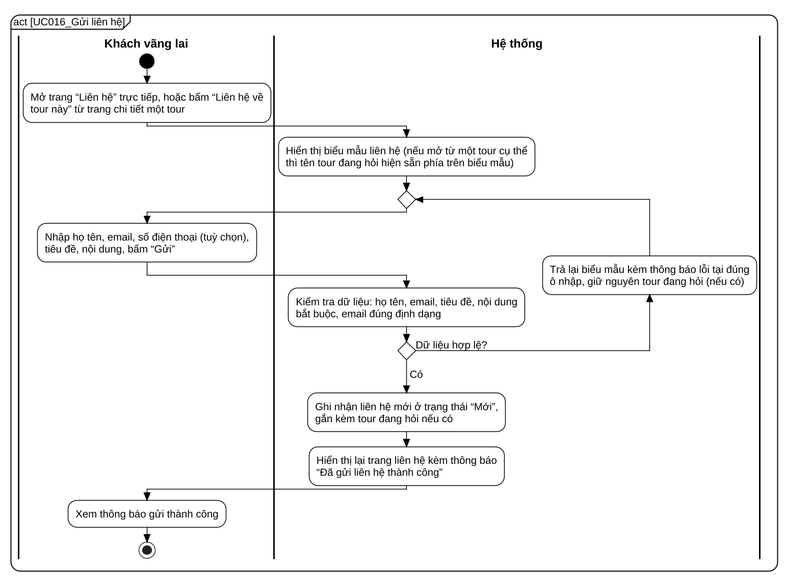
Above: docs/report/diagrams/png/UC016_activity.png in kanele05/project_www (PlantUML), before the change. The source it was exported from:
```plantuml
@startuml UC016_activity
skinparam dpi 140
skinparam defaultFontName "Liberation Sans"
skinparam defaultFontSize 14
skinparam backgroundColor white
skinparam shadowing false
skinparam RoundCorner 24
skinparam ArrowColor black
skinparam ArrowThickness 1.1
skinparam ConditionStyle diamond
skinparam ConditionEndStyle diamond
skinparam style strictuml
skinparam activity {
  BackgroundColor white
  BorderColor black
  BorderThickness 1
  DiamondBackgroundColor white
  DiamondBorderColor black
  StartColor black
  EndColor black
}
skinparam swimlane {
  BorderColor black
  BorderThickness 2
  TitleFontStyle bold
  TitleFontSize 16
}
skinparam wrapWidth 600
mainframe act [UC016_Gửi liên hệ]
|Khách vãng lai|
start
:Mở trang “Liên hệ” trực tiếp, hoặc bấm “Liên hệ về\ntour này” từ trang chi tiết một tour;
|Hệ thống|
:Hiển thị biểu mẫu liên hệ (nếu mở từ một tour cụ thể\nthì tên tour đang hỏi hiện sẵn phía trên biểu mẫu);
repeat
  |Khách vãng lai|
  :Nhập họ tên, email, số điện thoại (tuỳ chọn),\ntiêu đề, nội dung, bấm “Gửi”;
  |Hệ thống|
  :Kiểm tra dữ liệu: họ tên, email, tiêu đề, nội dung\nbắt buộc, email đúng định dạng;
  backward :Trả lại biểu mẫu kèm thông báo lỗi tại đúng\nô nhập, giữ nguyên tour đang hỏi (nếu có);
repeat while (Dữ liệu hợp lệ?) is (Không)
->Có;
:Ghi nhận liên hệ mới ở trạng thái “Mới”,\ngắn kèm tour đang hỏi nếu có;
:Hiển thị lại trang liên hệ kèm thông báo\n“Đã gửi liên hệ thành công”;
|Khách vãng lai|
:Xem thông báo gửi thành công;
stop
@enduml
```
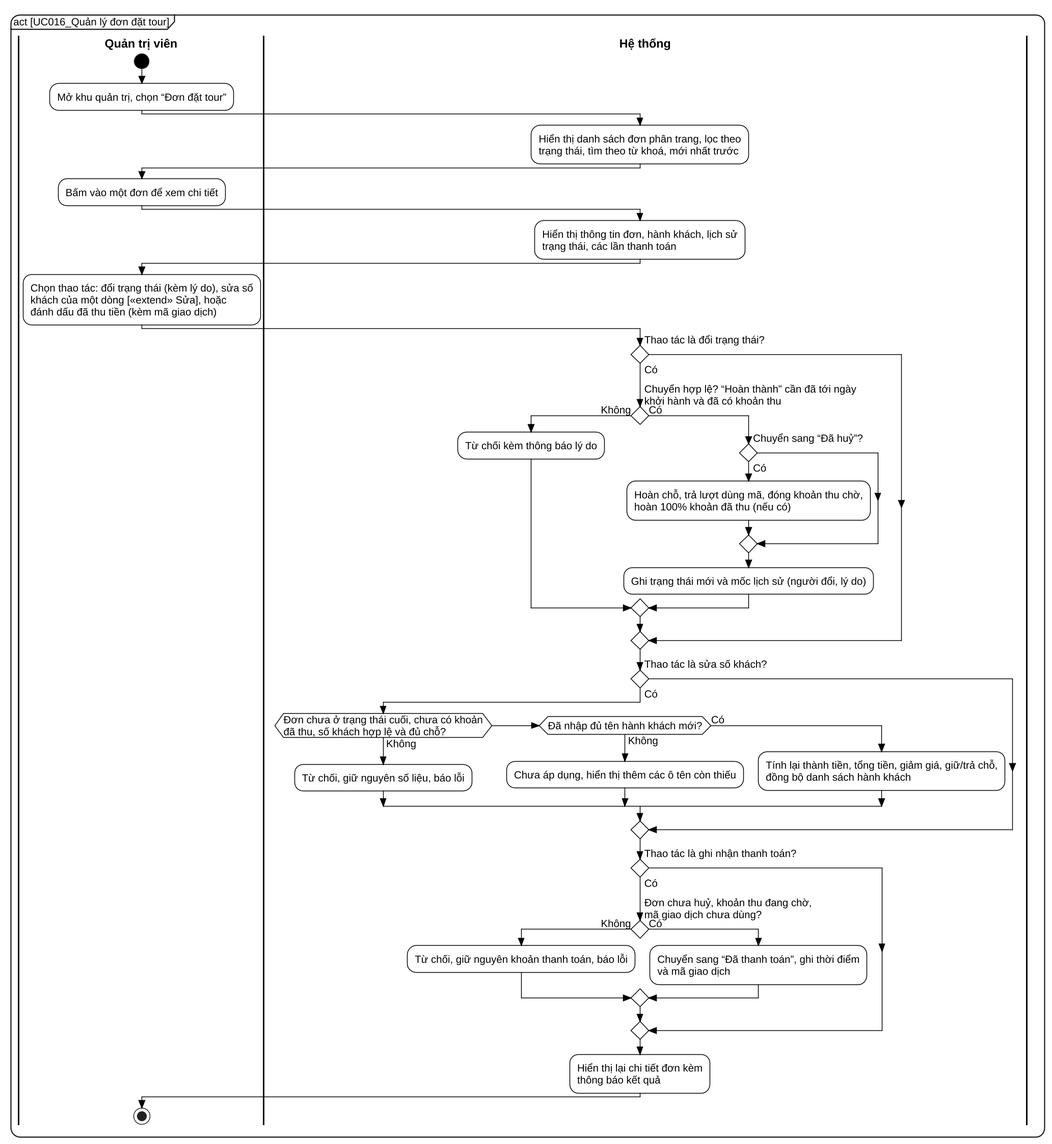
Later version of the same file.

Diff of the diagram source:
```diff
@@ -26,23 +26,57 @@
   TitleFontSize 16
 }
 skinparam wrapWidth 600
-mainframe act [UC016_Gửi liên hệ]
-|Khách vãng lai|
+mainframe act [UC016_Quản lý đơn đặt tour]
+|Quản trị viên|
 start
-:Mở trang “Liên hệ” trực tiếp, hoặc bấm “Liên hệ về\ntour này” từ trang chi tiết một tour;
+:Mở khu quản trị, chọn “Đơn đặt tour”;
 |Hệ thống|
-:Hiển thị biểu mẫu liên hệ (nếu mở từ một tour cụ thể\nthì tên tour đang hỏi hiện sẵn phía trên biểu mẫu);
-repeat
-  |Khách vãng lai|
-  :Nhập họ tên, email, số điện thoại (tuỳ chọn),\ntiêu đề, nội dung, bấm “Gửi”;
-  |Hệ thống|
-  :Kiểm tra dữ liệu: họ tên, email, tiêu đề, nội dung\nbắt buộc, email đúng định dạng;
-  backward :Trả lại biểu mẫu kèm thông báo lỗi tại đúng\nô nhập, giữ nguyên tour đang hỏi (nếu có);
-repeat while (Dữ liệu hợp lệ?) is (Không)
-->Có;
-:Ghi nhận liên hệ mới ở trạng thái “Mới”,\ngắn kèm tour đang hỏi nếu có;
-:Hiển thị lại trang liên hệ kèm thông báo\n“Đã gửi liên hệ thành công”;
-|Khách vãng lai|
-:Xem thông báo gửi thành công;
+:Hiển thị danh sách đơn phân trang, lọc theo
+trạng thái, tìm theo từ khoá, mới nhất trước;
+|Quản trị viên|
+:Bấm vào một đơn để xem chi tiết;
+|Hệ thống|
+:Hiển thị thông tin đơn, hành khách, lịch sử
+trạng thái, các lần thanh toán;
+|Quản trị viên|
+:Chọn thao tác: đổi trạng thái (kèm lý do), sửa số
+khách của một dòng [«extend» Sửa], hoặc
+đánh dấu đã thu tiền (kèm mã giao dịch);
+|Hệ thống|
+if (Thao tác là đổi trạng thái?) then (Có)
+  if (Chuyển hợp lệ? “Hoàn thành” cần đã tới ngày
+khởi hành và đã có khoản thu) then (Không)
+    :Từ chối kèm thông báo lý do;
+  else (Có)
+    if (Chuyển sang “Đã huỷ”?) then (Có)
+      :Hoàn chỗ, trả lượt dùng mã, đóng khoản thu chờ,
+hoàn 100% khoản đã thu (nếu có);
+    endif
+    :Ghi trạng thái mới và mốc lịch sử (người đổi, lý do);
+  endif
+endif
+if (Thao tác là sửa số khách?) then (Có)
+  if (Đơn chưa ở trạng thái cuối, chưa có khoản
+đã thu, số khách hợp lệ và đủ chỗ?) then (Không)
+    :Từ chối, giữ nguyên số liệu, báo lỗi;
+  elseif (Đã nhập đủ tên hành khách mới?) then (Không)
+    :Chưa áp dụng, hiển thị thêm các ô tên còn thiếu;
+  else (Có)
+    :Tính lại thành tiền, tổng tiền, giảm giá, giữ/trả chỗ,
+đồng bộ danh sách hành khách;
+  endif
+endif
+if (Thao tác là ghi nhận thanh toán?) then (Có)
+  if (Đơn chưa huỷ, khoản thu đang chờ,
+mã giao dịch chưa dùng?) then (Không)
+    :Từ chối, giữ nguyên khoản thanh toán, báo lỗi;
+  else (Có)
+    :Chuyển sang “Đã thanh toán”, ghi thời điểm
+và mã giao dịch;
+  endif
+endif
+:Hiển thị lại chi tiết đơn kèm
+thông báo kết quả;
+|Quản trị viên|
 stop
 @enduml
```
